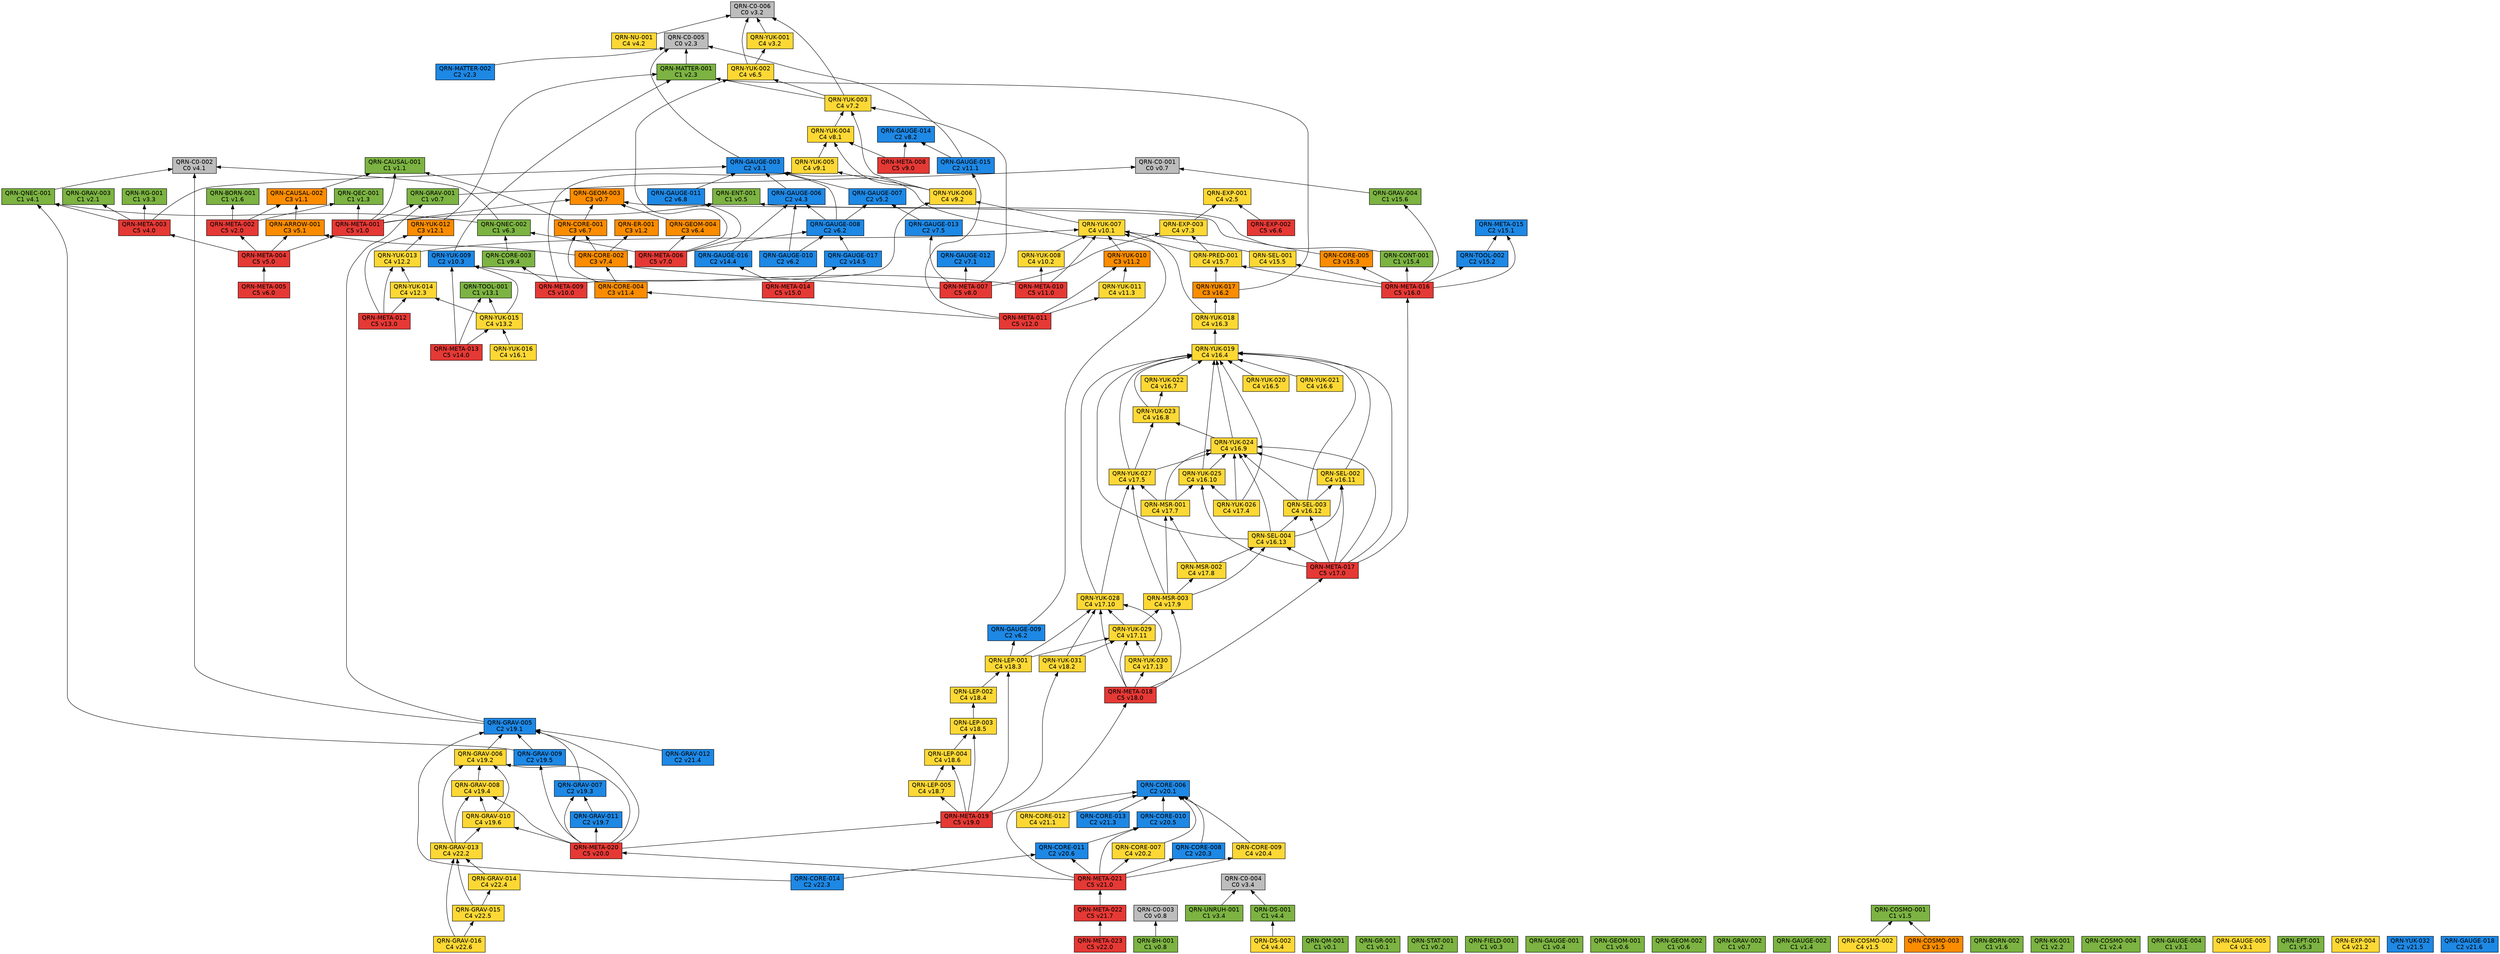
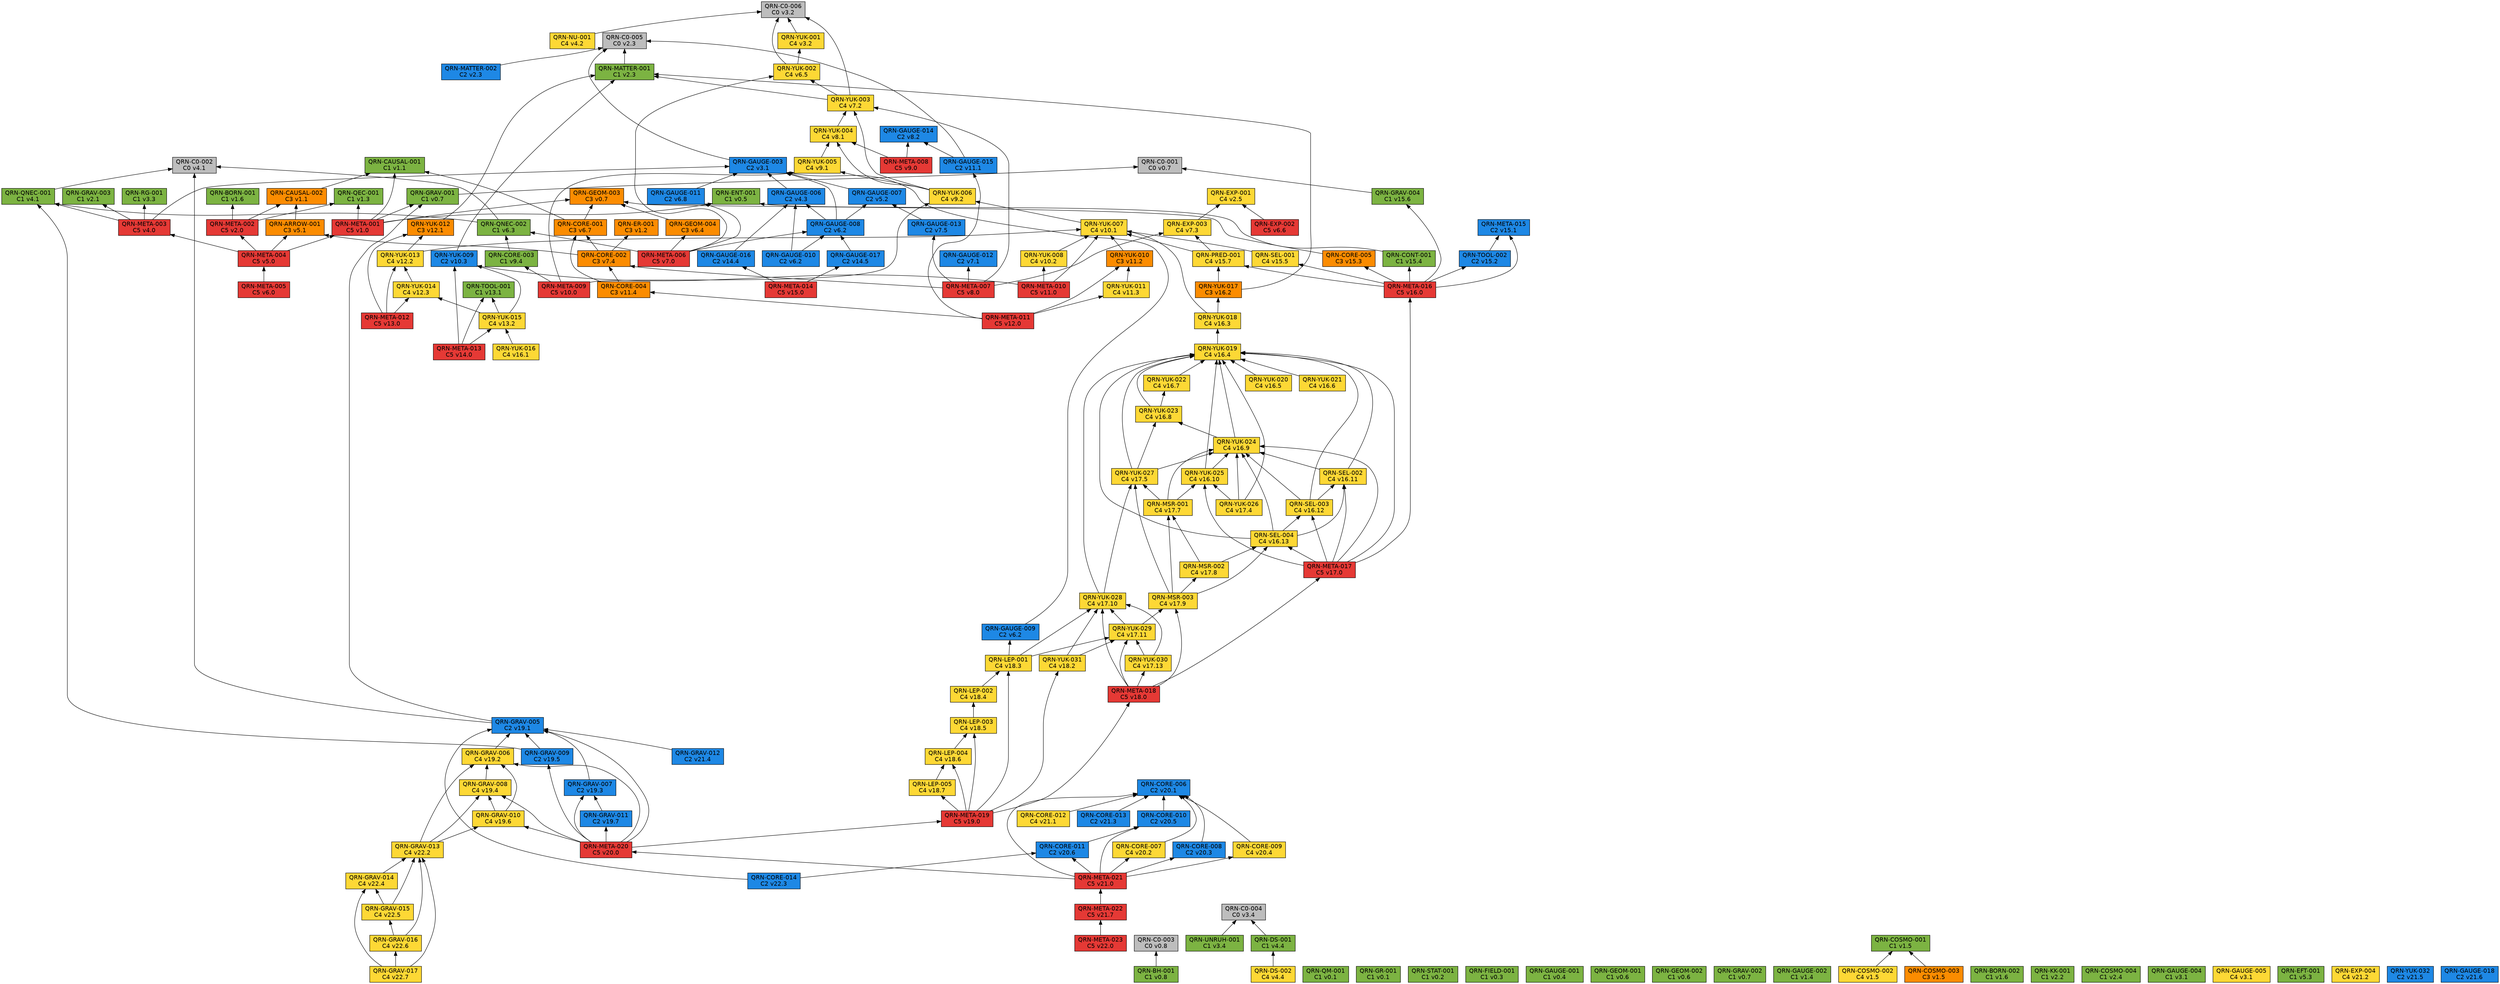
// 自動生成 (dag/report.pl) — QRN 主張依存グラフ
digraph qrn {
  rankdir=BT;
  node [shape=box, style=filled, fontname="Helvetica"];
  "QRN-C0-001" [fillcolor="#bdbdbd", label="QRN-C0-001\nC0 v0.7"];
  "QRN-C0-002" [fillcolor="#bdbdbd", label="QRN-C0-002\nC0 v4.1"];
  "QRN-C0-003" [fillcolor="#bdbdbd", label="QRN-C0-003\nC0 v0.8"];
  "QRN-C0-004" [fillcolor="#bdbdbd", label="QRN-C0-004\nC0 v3.4"];
  "QRN-C0-005" [fillcolor="#bdbdbd", label="QRN-C0-005\nC0 v2.3"];
  "QRN-C0-006" [fillcolor="#bdbdbd", label="QRN-C0-006\nC0 v3.2"];
  "QRN-QM-001" [fillcolor="#7cb342", label="QRN-QM-001\nC1 v0.1"];
  "QRN-GR-001" [fillcolor="#7cb342", label="QRN-GR-001\nC1 v0.1"];
  "QRN-STAT-001" [fillcolor="#7cb342", label="QRN-STAT-001\nC1 v0.2"];
  "QRN-FIELD-001" [fillcolor="#7cb342", label="QRN-FIELD-001\nC1 v0.3"];
  "QRN-GAUGE-001" [fillcolor="#7cb342", label="QRN-GAUGE-001\nC1 v0.4"];
  "QRN-ENT-001" [fillcolor="#7cb342", label="QRN-ENT-001\nC1 v0.5"];
  "QRN-GEOM-001" [fillcolor="#7cb342", label="QRN-GEOM-001\nC1 v0.6"];
  "QRN-GEOM-002" [fillcolor="#7cb342", label="QRN-GEOM-002\nC1 v0.6"];
  "QRN-GEOM-003" [fillcolor="#fb8c00", label="QRN-GEOM-003\nC3 v0.7"];
  "QRN-GRAV-001" [fillcolor="#7cb342", label="QRN-GRAV-001\nC1 v0.7"];
  "QRN-GRAV-002" [fillcolor="#7cb342", label="QRN-GRAV-002\nC1 v0.7"];
  "QRN-BH-001" [fillcolor="#7cb342", label="QRN-BH-001\nC1 v0.8"];
  "QRN-CAUSAL-001" [fillcolor="#7cb342", label="QRN-CAUSAL-001\nC1 v1.1"];
  "QRN-CAUSAL-002" [fillcolor="#fb8c00", label="QRN-CAUSAL-002\nC3 v1.1"];
  "QRN-ER-001" [fillcolor="#fb8c00", label="QRN-ER-001\nC3 v1.2"];
  "QRN-QEC-001" [fillcolor="#7cb342", label="QRN-QEC-001\nC1 v1.3"];
  "QRN-GAUGE-002" [fillcolor="#7cb342", label="QRN-GAUGE-002\nC1 v1.4"];
  "QRN-COSMO-001" [fillcolor="#7cb342", label="QRN-COSMO-001\nC1 v1.5"];
  "QRN-COSMO-002" [fillcolor="#fdd835", label="QRN-COSMO-002\nC4 v1.5"];
  "QRN-COSMO-003" [fillcolor="#fb8c00", label="QRN-COSMO-003\nC3 v1.5"];
  "QRN-BORN-001" [fillcolor="#7cb342", label="QRN-BORN-001\nC1 v1.6"];
  "QRN-BORN-002" [fillcolor="#7cb342", label="QRN-BORN-002\nC1 v1.6"];
  "QRN-GRAV-003" [fillcolor="#7cb342", label="QRN-GRAV-003\nC1 v2.1"];
  "QRN-KK-001" [fillcolor="#7cb342", label="QRN-KK-001\nC1 v2.2"];
  "QRN-MATTER-001" [fillcolor="#7cb342", label="QRN-MATTER-001\nC1 v2.3"];
  "QRN-MATTER-002" [fillcolor="#1e88e5", label="QRN-MATTER-002\nC2 v2.3"];
  "QRN-COSMO-004" [fillcolor="#7cb342", label="QRN-COSMO-004\nC1 v2.4"];
  "QRN-EXP-001" [fillcolor="#fdd835", label="QRN-EXP-001\nC4 v2.5"];
  "QRN-GAUGE-003" [fillcolor="#1e88e5", label="QRN-GAUGE-003\nC2 v3.1"];
  "QRN-GAUGE-004" [fillcolor="#7cb342", label="QRN-GAUGE-004\nC1 v3.1"];
  "QRN-GAUGE-005" [fillcolor="#fdd835", label="QRN-GAUGE-005\nC4 v3.1"];
  "QRN-YUK-001" [fillcolor="#fdd835", label="QRN-YUK-001\nC4 v3.2"];
  "QRN-RG-001" [fillcolor="#7cb342", label="QRN-RG-001\nC1 v3.3"];
  "QRN-UNRUH-001" [fillcolor="#7cb342", label="QRN-UNRUH-001\nC1 v3.4"];
  "QRN-QNEC-001" [fillcolor="#7cb342", label="QRN-QNEC-001\nC1 v4.1"];
  "QRN-NU-001" [fillcolor="#fdd835", label="QRN-NU-001\nC4 v4.2"];
  "QRN-GAUGE-006" [fillcolor="#1e88e5", label="QRN-GAUGE-006\nC2 v4.3"];
  "QRN-DS-001" [fillcolor="#7cb342", label="QRN-DS-001\nC1 v4.4"];
  "QRN-DS-002" [fillcolor="#fdd835", label="QRN-DS-002\nC4 v4.4"];
  "QRN-ARROW-001" [fillcolor="#fb8c00", label="QRN-ARROW-001\nC3 v5.1"];
  "QRN-GAUGE-007" [fillcolor="#1e88e5", label="QRN-GAUGE-007\nC2 v5.2"];
  "QRN-EFT-001" [fillcolor="#7cb342", label="QRN-EFT-001\nC1 v5.3"];
  "QRN-GAUGE-008" [fillcolor="#1e88e5", label="QRN-GAUGE-008\nC2 v6.2"];
  "QRN-GAUGE-009" [fillcolor="#1e88e5", label="QRN-GAUGE-009\nC2 v6.2"];
  "QRN-GAUGE-010" [fillcolor="#1e88e5", label="QRN-GAUGE-010\nC2 v6.2"];
  "QRN-QNEC-002" [fillcolor="#7cb342", label="QRN-QNEC-002\nC1 v6.3"];
  "QRN-GEOM-004" [fillcolor="#fb8c00", label="QRN-GEOM-004\nC3 v6.4"];
  "QRN-YUK-002" [fillcolor="#fdd835", label="QRN-YUK-002\nC4 v6.5"];
  "QRN-EXP-002" [fillcolor="#e53935", label="QRN-EXP-002\nC5 v6.6"];
  "QRN-CORE-001" [fillcolor="#fb8c00", label="QRN-CORE-001\nC3 v6.7"];
  "QRN-GAUGE-011" [fillcolor="#1e88e5", label="QRN-GAUGE-011\nC2 v6.8"];
  "QRN-GAUGE-012" [fillcolor="#1e88e5", label="QRN-GAUGE-012\nC2 v7.1"];
  "QRN-YUK-003" [fillcolor="#fdd835", label="QRN-YUK-003\nC4 v7.2"];
  "QRN-EXP-003" [fillcolor="#fdd835", label="QRN-EXP-003\nC4 v7.3"];
  "QRN-CORE-002" [fillcolor="#fb8c00", label="QRN-CORE-002\nC3 v7.4"];
  "QRN-GAUGE-013" [fillcolor="#1e88e5", label="QRN-GAUGE-013\nC2 v7.5"];
  "QRN-YUK-004" [fillcolor="#fdd835", label="QRN-YUK-004\nC4 v8.1"];
  "QRN-GAUGE-014" [fillcolor="#1e88e5", label="QRN-GAUGE-014\nC2 v8.2"];
  "QRN-META-001" [fillcolor="#e53935", label="QRN-META-001\nC5 v1.0"];
  "QRN-META-002" [fillcolor="#e53935", label="QRN-META-002\nC5 v2.0"];
  "QRN-META-003" [fillcolor="#e53935", label="QRN-META-003\nC5 v4.0"];
  "QRN-META-004" [fillcolor="#e53935", label="QRN-META-004\nC5 v5.0"];
  "QRN-META-005" [fillcolor="#e53935", label="QRN-META-005\nC5 v6.0"];
  "QRN-META-006" [fillcolor="#e53935", label="QRN-META-006\nC5 v7.0"];
  "QRN-META-007" [fillcolor="#e53935", label="QRN-META-007\nC5 v8.0"];
  "QRN-META-008" [fillcolor="#e53935", label="QRN-META-008\nC5 v9.0"];
  "QRN-YUK-005" [fillcolor="#fdd835", label="QRN-YUK-005\nC4 v9.1"];
  "QRN-YUK-006" [fillcolor="#fdd835", label="QRN-YUK-006\nC4 v9.2"];
  "QRN-CORE-003" [fillcolor="#7cb342", label="QRN-CORE-003\nC1 v9.4"];
  "QRN-META-009" [fillcolor="#e53935", label="QRN-META-009\nC5 v10.0"];
  "QRN-YUK-007" [fillcolor="#fdd835", label="QRN-YUK-007\nC4 v10.1"];
  "QRN-YUK-008" [fillcolor="#fdd835", label="QRN-YUK-008\nC4 v10.2"];
  "QRN-YUK-009" [fillcolor="#1e88e5", label="QRN-YUK-009\nC2 v10.3"];
  "QRN-META-010" [fillcolor="#e53935", label="QRN-META-010\nC5 v11.0"];
  "QRN-GAUGE-015" [fillcolor="#1e88e5", label="QRN-GAUGE-015\nC2 v11.1"];
  "QRN-YUK-010" [fillcolor="#fb8c00", label="QRN-YUK-010\nC3 v11.2"];
  "QRN-YUK-011" [fillcolor="#fdd835", label="QRN-YUK-011\nC4 v11.3"];
  "QRN-CORE-004" [fillcolor="#fb8c00", label="QRN-CORE-004\nC3 v11.4"];
  "QRN-META-011" [fillcolor="#e53935", label="QRN-META-011\nC5 v12.0"];
  "QRN-YUK-012" [fillcolor="#fb8c00", label="QRN-YUK-012\nC3 v12.1"];
  "QRN-YUK-013" [fillcolor="#fdd835", label="QRN-YUK-013\nC4 v12.2"];
  "QRN-YUK-014" [fillcolor="#fdd835", label="QRN-YUK-014\nC4 v12.3"];
  "QRN-META-012" [fillcolor="#e53935", label="QRN-META-012\nC5 v13.0"];
  "QRN-TOOL-001" [fillcolor="#7cb342", label="QRN-TOOL-001\nC1 v13.1"];
  "QRN-YUK-015" [fillcolor="#fdd835", label="QRN-YUK-015\nC4 v13.2"];
  "QRN-META-013" [fillcolor="#e53935", label="QRN-META-013\nC5 v14.0"];
  "QRN-GAUGE-016" [fillcolor="#1e88e5", label="QRN-GAUGE-016\nC2 v14.4"];
  "QRN-GAUGE-017" [fillcolor="#1e88e5", label="QRN-GAUGE-017\nC2 v14.5"];
  "QRN-META-014" [fillcolor="#e53935", label="QRN-META-014\nC5 v15.0"];
  "QRN-META-015" [fillcolor="#1e88e5", label="QRN-META-015\nC2 v15.1"];
  "QRN-TOOL-002" [fillcolor="#1e88e5", label="QRN-TOOL-002\nC2 v15.2"];
  "QRN-CORE-005" [fillcolor="#fb8c00", label="QRN-CORE-005\nC3 v15.3"];
  "QRN-CONT-001" [fillcolor="#7cb342", label="QRN-CONT-001\nC1 v15.4"];
  "QRN-SEL-001" [fillcolor="#fdd835", label="QRN-SEL-001\nC4 v15.5"];
  "QRN-GRAV-004" [fillcolor="#7cb342", label="QRN-GRAV-004\nC1 v15.6"];
  "QRN-PRED-001" [fillcolor="#fdd835", label="QRN-PRED-001\nC4 v15.7"];
  "QRN-META-016" [fillcolor="#e53935", label="QRN-META-016\nC5 v16.0"];
  "QRN-YUK-016" [fillcolor="#fdd835", label="QRN-YUK-016\nC4 v16.1"];
  "QRN-YUK-017" [fillcolor="#fb8c00", label="QRN-YUK-017\nC3 v16.2"];
  "QRN-YUK-018" [fillcolor="#fdd835", label="QRN-YUK-018\nC4 v16.3"];
  "QRN-YUK-019" [fillcolor="#fdd835", label="QRN-YUK-019\nC4 v16.4"];
  "QRN-YUK-020" [fillcolor="#fdd835", label="QRN-YUK-020\nC4 v16.5"];
  "QRN-YUK-021" [fillcolor="#fdd835", label="QRN-YUK-021\nC4 v16.6"];
  "QRN-YUK-022" [fillcolor="#fdd835", label="QRN-YUK-022\nC4 v16.7"];
  "QRN-YUK-023" [fillcolor="#fdd835", label="QRN-YUK-023\nC4 v16.8"];
  "QRN-YUK-024" [fillcolor="#fdd835", label="QRN-YUK-024\nC4 v16.9"];
  "QRN-YUK-025" [fillcolor="#fdd835", label="QRN-YUK-025\nC4 v16.10"];
  "QRN-SEL-002" [fillcolor="#fdd835", label="QRN-SEL-002\nC4 v16.11"];
  "QRN-SEL-003" [fillcolor="#fdd835", label="QRN-SEL-003\nC4 v16.12"];
  "QRN-SEL-004" [fillcolor="#fdd835", label="QRN-SEL-004\nC4 v16.13"];
  "QRN-META-017" [fillcolor="#e53935", label="QRN-META-017\nC5 v17.0"];
  "QRN-YUK-026" [fillcolor="#fdd835", label="QRN-YUK-026\nC4 v17.4"];
  "QRN-YUK-027" [fillcolor="#fdd835", label="QRN-YUK-027\nC4 v17.5"];
  "QRN-MSR-001" [fillcolor="#fdd835", label="QRN-MSR-001\nC4 v17.7"];
  "QRN-MSR-002" [fillcolor="#fdd835", label="QRN-MSR-002\nC4 v17.8"];
  "QRN-MSR-003" [fillcolor="#fdd835", label="QRN-MSR-003\nC4 v17.9"];
  "QRN-YUK-028" [fillcolor="#fdd835", label="QRN-YUK-028\nC4 v17.10"];
  "QRN-YUK-029" [fillcolor="#fdd835", label="QRN-YUK-029\nC4 v17.11"];
  "QRN-YUK-030" [fillcolor="#fdd835", label="QRN-YUK-030\nC4 v17.13"];
  "QRN-META-018" [fillcolor="#e53935", label="QRN-META-018\nC5 v18.0"];
  "QRN-YUK-031" [fillcolor="#fdd835", label="QRN-YUK-031\nC4 v18.2"];
  "QRN-LEP-001" [fillcolor="#fdd835", label="QRN-LEP-001\nC4 v18.3"];
  "QRN-LEP-002" [fillcolor="#fdd835", label="QRN-LEP-002\nC4 v18.4"];
  "QRN-LEP-003" [fillcolor="#fdd835", label="QRN-LEP-003\nC4 v18.5"];
  "QRN-LEP-004" [fillcolor="#fdd835", label="QRN-LEP-004\nC4 v18.6"];
  "QRN-LEP-005" [fillcolor="#fdd835", label="QRN-LEP-005\nC4 v18.7"];
  "QRN-META-019" [fillcolor="#e53935", label="QRN-META-019\nC5 v19.0"];
  "QRN-GRAV-005" [fillcolor="#1e88e5", label="QRN-GRAV-005\nC2 v19.1"];
  "QRN-GRAV-006" [fillcolor="#fdd835", label="QRN-GRAV-006\nC4 v19.2"];
  "QRN-GRAV-007" [fillcolor="#1e88e5", label="QRN-GRAV-007\nC2 v19.3"];
  "QRN-GRAV-008" [fillcolor="#fdd835", label="QRN-GRAV-008\nC4 v19.4"];
  "QRN-GRAV-009" [fillcolor="#1e88e5", label="QRN-GRAV-009\nC2 v19.5"];
  "QRN-GRAV-010" [fillcolor="#fdd835", label="QRN-GRAV-010\nC4 v19.6"];
  "QRN-GRAV-011" [fillcolor="#1e88e5", label="QRN-GRAV-011\nC2 v19.7"];
  "QRN-META-020" [fillcolor="#e53935", label="QRN-META-020\nC5 v20.0"];
  "QRN-CORE-006" [fillcolor="#1e88e5", label="QRN-CORE-006\nC2 v20.1"];
  "QRN-CORE-007" [fillcolor="#fdd835", label="QRN-CORE-007\nC4 v20.2"];
  "QRN-CORE-008" [fillcolor="#1e88e5", label="QRN-CORE-008\nC2 v20.3"];
  "QRN-CORE-009" [fillcolor="#fdd835", label="QRN-CORE-009\nC4 v20.4"];
  "QRN-CORE-010" [fillcolor="#1e88e5", label="QRN-CORE-010\nC2 v20.5"];
  "QRN-CORE-011" [fillcolor="#1e88e5", label="QRN-CORE-011\nC2 v20.6"];
  "QRN-META-021" [fillcolor="#e53935", label="QRN-META-021\nC5 v21.0"];
  "QRN-CORE-012" [fillcolor="#fdd835", label="QRN-CORE-012\nC4 v21.1"];
  "QRN-EXP-004" [fillcolor="#fdd835", label="QRN-EXP-004\nC4 v21.2"];
  "QRN-CORE-013" [fillcolor="#1e88e5", label="QRN-CORE-013\nC2 v21.3"];
  "QRN-GRAV-012" [fillcolor="#1e88e5", label="QRN-GRAV-012\nC2 v21.4"];
  "QRN-YUK-032" [fillcolor="#1e88e5", label="QRN-YUK-032\nC2 v21.5"];
  "QRN-GAUGE-018" [fillcolor="#1e88e5", label="QRN-GAUGE-018\nC2 v21.6"];
  "QRN-META-022" [fillcolor="#e53935", label="QRN-META-022\nC5 v21.7"];
  "QRN-META-023" [fillcolor="#e53935", label="QRN-META-023\nC5 v22.0"];
  "QRN-CORE-014" [fillcolor="#1e88e5", label="QRN-CORE-014\nC2 v22.3"];
  "QRN-GRAV-013" [fillcolor="#fdd835", label="QRN-GRAV-013\nC4 v22.2"];
  "QRN-GRAV-014" [fillcolor="#fdd835", label="QRN-GRAV-014\nC4 v22.4"];
  "QRN-GRAV-015" [fillcolor="#fdd835", label="QRN-GRAV-015\nC4 v22.5"];
  "QRN-GRAV-016" [fillcolor="#fdd835", label="QRN-GRAV-016\nC4 v22.6"];
+   "QRN-GRAV-017" [fillcolor="#fdd835", label="QRN-GRAV-017\nC4 v22.7"];
  "QRN-GRAV-001" -> "QRN-C0-001";
  "QRN-BH-001" -> "QRN-C0-003";
  "QRN-CAUSAL-002" -> "QRN-CAUSAL-001";
  "QRN-COSMO-002" -> "QRN-COSMO-001";
  "QRN-COSMO-003" -> "QRN-COSMO-001";
  "QRN-MATTER-001" -> "QRN-C0-005";
  "QRN-MATTER-002" -> "QRN-C0-005";
  "QRN-GAUGE-003" -> "QRN-C0-005";
  "QRN-YUK-001" -> "QRN-C0-006";
  "QRN-UNRUH-001" -> "QRN-C0-004";
  "QRN-QNEC-001" -> "QRN-C0-002";
  "QRN-NU-001" -> "QRN-C0-006";
  "QRN-GAUGE-006" -> "QRN-GAUGE-003";
  "QRN-DS-001" -> "QRN-C0-004";
  "QRN-DS-002" -> "QRN-DS-001";
  "QRN-ARROW-001" -> "QRN-CAUSAL-002";
  "QRN-GAUGE-007" -> "QRN-GAUGE-003";
  "QRN-GAUGE-008" -> "QRN-GAUGE-003";
  "QRN-GAUGE-008" -> "QRN-GAUGE-006";
  "QRN-GAUGE-008" -> "QRN-GAUGE-007";
  "QRN-GAUGE-009" -> "QRN-GAUGE-003";
  "QRN-GAUGE-010" -> "QRN-GAUGE-006";
  "QRN-GAUGE-010" -> "QRN-GAUGE-008";
  "QRN-QNEC-002" -> "QRN-C0-002";
  "QRN-QNEC-002" -> "QRN-QNEC-001";
  "QRN-GEOM-004" -> "QRN-GEOM-003";
  "QRN-YUK-002" -> "QRN-C0-006";
  "QRN-YUK-002" -> "QRN-YUK-001";
  "QRN-EXP-002" -> "QRN-EXP-001";
  "QRN-CORE-001" -> "QRN-GEOM-003";
  "QRN-CORE-001" -> "QRN-CAUSAL-001";
  "QRN-GAUGE-011" -> "QRN-GAUGE-003";
  "QRN-YUK-003" -> "QRN-C0-006";
  "QRN-YUK-003" -> "QRN-MATTER-001";
  "QRN-YUK-003" -> "QRN-YUK-002";
  "QRN-EXP-003" -> "QRN-EXP-001";
  "QRN-CORE-002" -> "QRN-CORE-001";
  "QRN-CORE-002" -> "QRN-ER-001";
  "QRN-CORE-002" -> "QRN-ARROW-001";
  "QRN-GAUGE-013" -> "QRN-GAUGE-007";
  "QRN-YUK-004" -> "QRN-YUK-003";
  "QRN-META-001" -> "QRN-GEOM-003";
  "QRN-META-001" -> "QRN-GRAV-001";
  "QRN-META-001" -> "QRN-CAUSAL-001";
  "QRN-META-001" -> "QRN-QEC-001";
  "QRN-META-001" -> "QRN-ENT-001";
  "QRN-META-002" -> "QRN-QEC-001";
  "QRN-META-002" -> "QRN-BORN-001";
  "QRN-META-002" -> "QRN-CAUSAL-002";
  "QRN-META-003" -> "QRN-GAUGE-003";
  "QRN-META-003" -> "QRN-RG-001";
  "QRN-META-003" -> "QRN-QNEC-001";
  "QRN-META-003" -> "QRN-GRAV-003";
  "QRN-META-004" -> "QRN-META-001";
  "QRN-META-004" -> "QRN-META-002";
  "QRN-META-004" -> "QRN-META-003";
  "QRN-META-004" -> "QRN-ARROW-001";
  "QRN-META-005" -> "QRN-META-004";
  "QRN-META-006" -> "QRN-GAUGE-008";
  "QRN-META-006" -> "QRN-QNEC-002";
  "QRN-META-006" -> "QRN-GEOM-004";
  "QRN-META-006" -> "QRN-YUK-002";
  "QRN-META-006" -> "QRN-GAUGE-011";
  "QRN-META-007" -> "QRN-GAUGE-012";
  "QRN-META-007" -> "QRN-YUK-003";
  "QRN-META-007" -> "QRN-EXP-003";
  "QRN-META-007" -> "QRN-CORE-002";
  "QRN-META-007" -> "QRN-GAUGE-013";
  "QRN-META-008" -> "QRN-YUK-004";
  "QRN-META-008" -> "QRN-GAUGE-014";
  "QRN-YUK-005" -> "QRN-YUK-004";
  "QRN-YUK-006" -> "QRN-YUK-003";
  "QRN-YUK-006" -> "QRN-YUK-004";
  "QRN-YUK-006" -> "QRN-YUK-005";
  "QRN-CORE-003" -> "QRN-QNEC-002";
  "QRN-META-009" -> "QRN-YUK-005";
  "QRN-META-009" -> "QRN-YUK-006";
  "QRN-META-009" -> "QRN-CORE-003";
  "QRN-YUK-007" -> "QRN-YUK-006";
  "QRN-YUK-008" -> "QRN-YUK-007";
  "QRN-YUK-009" -> "QRN-MATTER-001";
  "QRN-META-010" -> "QRN-YUK-007";
  "QRN-META-010" -> "QRN-YUK-008";
  "QRN-META-010" -> "QRN-YUK-009";
  "QRN-GAUGE-015" -> "QRN-C0-005";
  "QRN-GAUGE-015" -> "QRN-GAUGE-014";
  "QRN-YUK-010" -> "QRN-YUK-007";
  "QRN-YUK-011" -> "QRN-YUK-010";
  "QRN-CORE-004" -> "QRN-CORE-001";
  "QRN-CORE-004" -> "QRN-CORE-002";
  "QRN-META-011" -> "QRN-GAUGE-015";
  "QRN-META-011" -> "QRN-YUK-010";
  "QRN-META-011" -> "QRN-YUK-011";
  "QRN-META-011" -> "QRN-CORE-004";
  "QRN-YUK-012" -> "QRN-MATTER-001";
  "QRN-YUK-013" -> "QRN-YUK-012";
  "QRN-YUK-013" -> "QRN-YUK-007";
  "QRN-YUK-014" -> "QRN-YUK-013";
  "QRN-META-012" -> "QRN-YUK-012";
  "QRN-META-012" -> "QRN-YUK-013";
  "QRN-META-012" -> "QRN-YUK-014";
  "QRN-YUK-015" -> "QRN-YUK-014";
  "QRN-YUK-015" -> "QRN-TOOL-001";
  "QRN-YUK-015" -> "QRN-YUK-009";
  "QRN-META-013" -> "QRN-YUK-015";
  "QRN-META-013" -> "QRN-TOOL-001";
  "QRN-META-013" -> "QRN-YUK-009";
  "QRN-GAUGE-016" -> "QRN-GAUGE-006";
  "QRN-GAUGE-017" -> "QRN-GAUGE-008";
  "QRN-META-014" -> "QRN-GAUGE-016";
  "QRN-META-014" -> "QRN-GAUGE-017";
  "QRN-TOOL-002" -> "QRN-META-015";
  "QRN-CORE-005" -> "QRN-GEOM-003";
  "QRN-CONT-001" -> "QRN-ENT-001";
  "QRN-SEL-001" -> "QRN-YUK-007";
  "QRN-GRAV-004" -> "QRN-C0-001";
  "QRN-PRED-001" -> "QRN-YUK-007";
  "QRN-PRED-001" -> "QRN-EXP-003";
  "QRN-META-016" -> "QRN-META-015";
  "QRN-META-016" -> "QRN-TOOL-002";
  "QRN-META-016" -> "QRN-CORE-005";
  "QRN-META-016" -> "QRN-CONT-001";
  "QRN-META-016" -> "QRN-SEL-001";
  "QRN-META-016" -> "QRN-GRAV-004";
  "QRN-META-016" -> "QRN-PRED-001";
  "QRN-YUK-016" -> "QRN-YUK-015";
  "QRN-YUK-017" -> "QRN-MATTER-001";
  "QRN-YUK-017" -> "QRN-PRED-001";
  "QRN-YUK-018" -> "QRN-YUK-017";
  "QRN-YUK-018" -> "QRN-YUK-007";
  "QRN-YUK-019" -> "QRN-YUK-018";
  "QRN-YUK-020" -> "QRN-YUK-019";
  "QRN-YUK-021" -> "QRN-YUK-019";
  "QRN-YUK-022" -> "QRN-YUK-019";
  "QRN-YUK-023" -> "QRN-YUK-019";
  "QRN-YUK-023" -> "QRN-YUK-022";
  "QRN-YUK-024" -> "QRN-YUK-019";
  "QRN-YUK-024" -> "QRN-YUK-023";
  "QRN-YUK-025" -> "QRN-YUK-019";
  "QRN-YUK-025" -> "QRN-YUK-024";
  "QRN-SEL-002" -> "QRN-YUK-019";
  "QRN-SEL-002" -> "QRN-YUK-024";
  "QRN-SEL-003" -> "QRN-YUK-019";
  "QRN-SEL-003" -> "QRN-YUK-024";
  "QRN-SEL-003" -> "QRN-SEL-002";
  "QRN-SEL-004" -> "QRN-YUK-019";
  "QRN-SEL-004" -> "QRN-YUK-024";
  "QRN-SEL-004" -> "QRN-SEL-002";
  "QRN-SEL-004" -> "QRN-SEL-003";
  "QRN-META-017" -> "QRN-META-016";
  "QRN-META-017" -> "QRN-YUK-019";
  "QRN-META-017" -> "QRN-YUK-024";
  "QRN-META-017" -> "QRN-YUK-025";
  "QRN-META-017" -> "QRN-SEL-002";
  "QRN-META-017" -> "QRN-SEL-003";
  "QRN-META-017" -> "QRN-SEL-004";
  "QRN-YUK-026" -> "QRN-YUK-019";
  "QRN-YUK-026" -> "QRN-YUK-024";
  "QRN-YUK-026" -> "QRN-YUK-025";
  "QRN-YUK-027" -> "QRN-YUK-019";
  "QRN-YUK-027" -> "QRN-YUK-023";
  "QRN-YUK-027" -> "QRN-YUK-024";
  "QRN-MSR-001" -> "QRN-YUK-024";
  "QRN-MSR-001" -> "QRN-YUK-025";
  "QRN-MSR-001" -> "QRN-YUK-027";
  "QRN-MSR-002" -> "QRN-SEL-004";
  "QRN-MSR-002" -> "QRN-MSR-001";
  "QRN-MSR-003" -> "QRN-MSR-001";
  "QRN-MSR-003" -> "QRN-MSR-002";
  "QRN-MSR-003" -> "QRN-SEL-004";
  "QRN-MSR-003" -> "QRN-YUK-027";
  "QRN-YUK-028" -> "QRN-YUK-019";
  "QRN-YUK-028" -> "QRN-YUK-027";
  "QRN-YUK-029" -> "QRN-YUK-028";
  "QRN-YUK-029" -> "QRN-MSR-003";
  "QRN-YUK-030" -> "QRN-YUK-028";
  "QRN-YUK-030" -> "QRN-YUK-029";
  "QRN-META-018" -> "QRN-META-017";
  "QRN-META-018" -> "QRN-MSR-003";
  "QRN-META-018" -> "QRN-YUK-028";
  "QRN-META-018" -> "QRN-YUK-029";
  "QRN-META-018" -> "QRN-YUK-030";
  "QRN-YUK-031" -> "QRN-YUK-028";
  "QRN-YUK-031" -> "QRN-YUK-029";
  "QRN-LEP-001" -> "QRN-YUK-028";
  "QRN-LEP-001" -> "QRN-YUK-029";
  "QRN-LEP-001" -> "QRN-GAUGE-009";
  "QRN-LEP-002" -> "QRN-LEP-001";
  "QRN-LEP-003" -> "QRN-LEP-002";
  "QRN-LEP-004" -> "QRN-LEP-003";
  "QRN-LEP-005" -> "QRN-LEP-004";
  "QRN-META-019" -> "QRN-META-018";
  "QRN-META-019" -> "QRN-YUK-031";
  "QRN-META-019" -> "QRN-LEP-001";
  "QRN-META-019" -> "QRN-LEP-003";
  "QRN-META-019" -> "QRN-LEP-004";
  "QRN-META-019" -> "QRN-LEP-005";
  "QRN-GRAV-005" -> "QRN-C0-002";
  "QRN-GRAV-005" -> "QRN-GRAV-001";
  "QRN-GRAV-006" -> "QRN-GRAV-005";
  "QRN-GRAV-007" -> "QRN-GRAV-005";
  "QRN-GRAV-008" -> "QRN-GRAV-006";
  "QRN-GRAV-009" -> "QRN-GRAV-005";
  "QRN-GRAV-009" -> "QRN-QNEC-001";
  "QRN-GRAV-010" -> "QRN-GRAV-006";
  "QRN-GRAV-010" -> "QRN-GRAV-008";
  "QRN-GRAV-011" -> "QRN-GRAV-007";
  "QRN-META-020" -> "QRN-META-019";
  "QRN-META-020" -> "QRN-GRAV-005";
  "QRN-META-020" -> "QRN-GRAV-006";
  "QRN-META-020" -> "QRN-GRAV-007";
  "QRN-META-020" -> "QRN-GRAV-008";
  "QRN-META-020" -> "QRN-GRAV-009";
  "QRN-META-020" -> "QRN-GRAV-010";
  "QRN-META-020" -> "QRN-GRAV-011";
  "QRN-CORE-007" -> "QRN-CORE-006";
  "QRN-CORE-008" -> "QRN-CORE-006";
  "QRN-CORE-009" -> "QRN-CORE-006";
  "QRN-CORE-010" -> "QRN-CORE-006";
  "QRN-CORE-011" -> "QRN-CORE-010";
  "QRN-META-021" -> "QRN-META-020";
  "QRN-META-021" -> "QRN-CORE-006";
  "QRN-META-021" -> "QRN-CORE-007";
  "QRN-META-021" -> "QRN-CORE-008";
  "QRN-META-021" -> "QRN-CORE-009";
  "QRN-META-021" -> "QRN-CORE-010";
  "QRN-META-021" -> "QRN-CORE-011";
  "QRN-CORE-012" -> "QRN-CORE-006";
  "QRN-CORE-013" -> "QRN-CORE-006";
  "QRN-GRAV-012" -> "QRN-GRAV-005";
  "QRN-META-022" -> "QRN-META-021";
  "QRN-META-023" -> "QRN-META-022";
  "QRN-CORE-014" -> "QRN-CORE-011";
  "QRN-CORE-014" -> "QRN-GRAV-005";
  "QRN-GRAV-013" -> "QRN-GRAV-006";
  "QRN-GRAV-013" -> "QRN-GRAV-008";
  "QRN-GRAV-013" -> "QRN-GRAV-010";
  "QRN-GRAV-014" -> "QRN-GRAV-013";
  "QRN-GRAV-015" -> "QRN-GRAV-013";
  "QRN-GRAV-015" -> "QRN-GRAV-014";
  "QRN-GRAV-016" -> "QRN-GRAV-013";
  "QRN-GRAV-016" -> "QRN-GRAV-015";
+   "QRN-GRAV-017" -> "QRN-GRAV-013";
+   "QRN-GRAV-017" -> "QRN-GRAV-014";
+   "QRN-GRAV-017" -> "QRN-GRAV-016";
}
